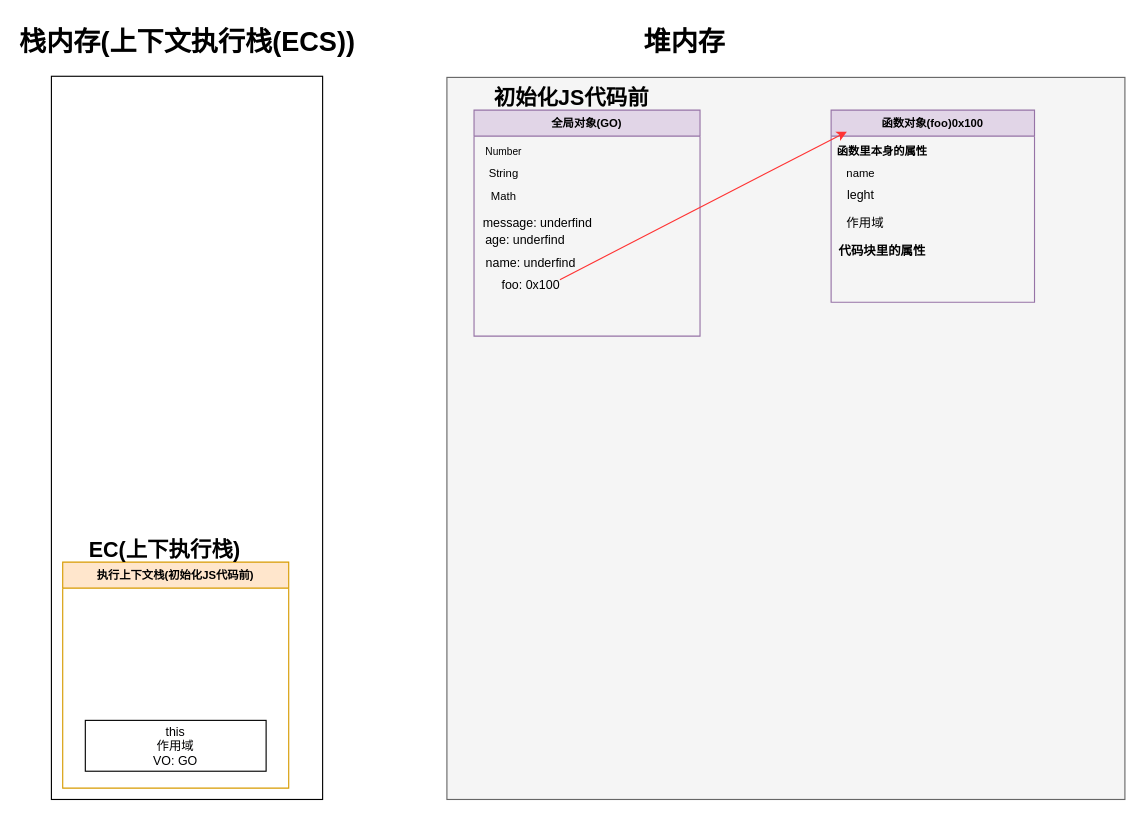
Marine-fish/Daily-life-of-fish keeps this draw.io diagram as page "初始化执行上下文后" (2 of 2) of Daily-life-of-fish/Punch-in-every-day/Study-notes/ECM3系列/画图/01_执行上下文过程.dio. Above is the earlier version. Source tidied: cells renumbered, new cells numbered last; positions are measured from the earlier drawing's top-left corner, leaving out a move shared by most shapes. Both pictures are drawn from the tidied source at 113%, with x=0, y=0 at pixel (51, 19).
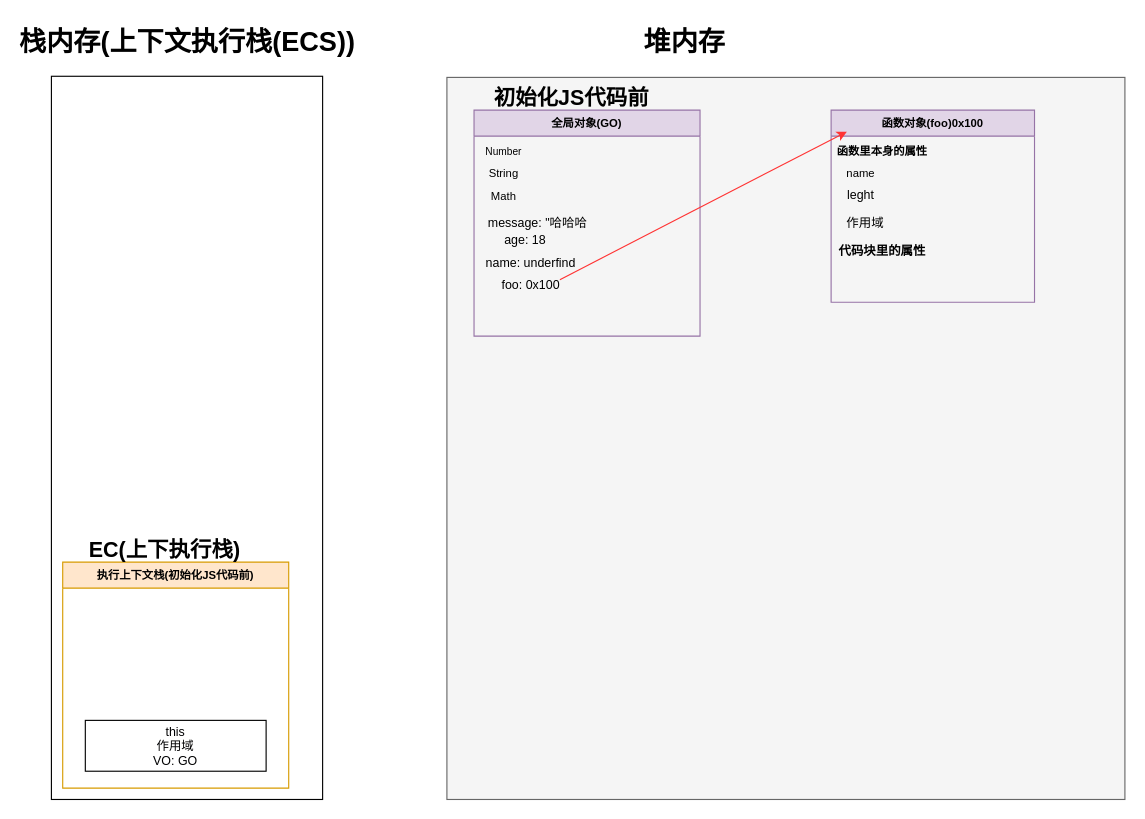
The same page after the edit.

The change refers to these unchanged cells:
```xml
<mxCell id="6" value="全局对象(GO)" style="swimlane;fillStyle=auto;fontSize=10;fillColor=#e1d5e7;strokeColor=#9673a6;" parent="1" vertex="1">
  <mxGeometry x="374" y="80" width="200" height="200" as="geometry" />
</mxCell>
```

The edit, as a diff of the source:
```diff
@@
-    <mxCell id="10" value="message: underfind" style="text;html=1;align=center;verticalAlign=middle;strokeColor=none;fillColor=none;fontSize=11;" parent="6" vertex="1">
-      <mxGeometry x="-4" y="85" width="120" height="30" as="geometry" />
+    <mxCell id="10" value="message: &quot;哈哈哈" style="text;html=1;align=center;verticalAlign=middle;strokeColor=none;fillColor=none;fontSize=11;" parent="6" vertex="1">
+      <mxGeometry x="1" y="85" width="110" height="30" as="geometry" />
     </mxCell>
-    <mxCell id="11" value="age: underfind" style="text;html=1;align=center;verticalAlign=middle;strokeColor=none;fillColor=none;fontSize=11;" parent="6" vertex="1">
-      <mxGeometry y="100" width="90" height="30" as="geometry" />
+    <mxCell id="11" value="age: 18" style="text;html=1;align=center;verticalAlign=middle;strokeColor=none;fillColor=none;fontSize=11;" parent="6" vertex="1">
+      <mxGeometry x="15" y="100" width="60" height="30" as="geometry" />
     </mxCell>
```
